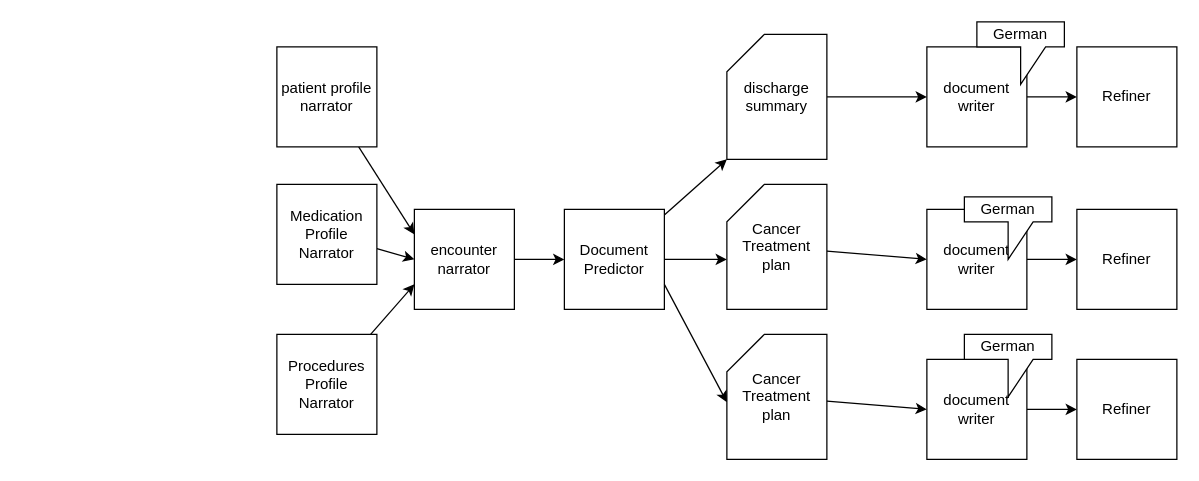
Before: note.drawio in mfux/dspy_tut, a draw.io diagram. Source tidied: cells renumbered, new cells numbered last; positions are measured from the earlier drawing's top-left corner, leaving out a move shared by most shapes. Both pictures are drawn from the tidied source at 125%, with x=0, y=0 at pixel (276, 21).
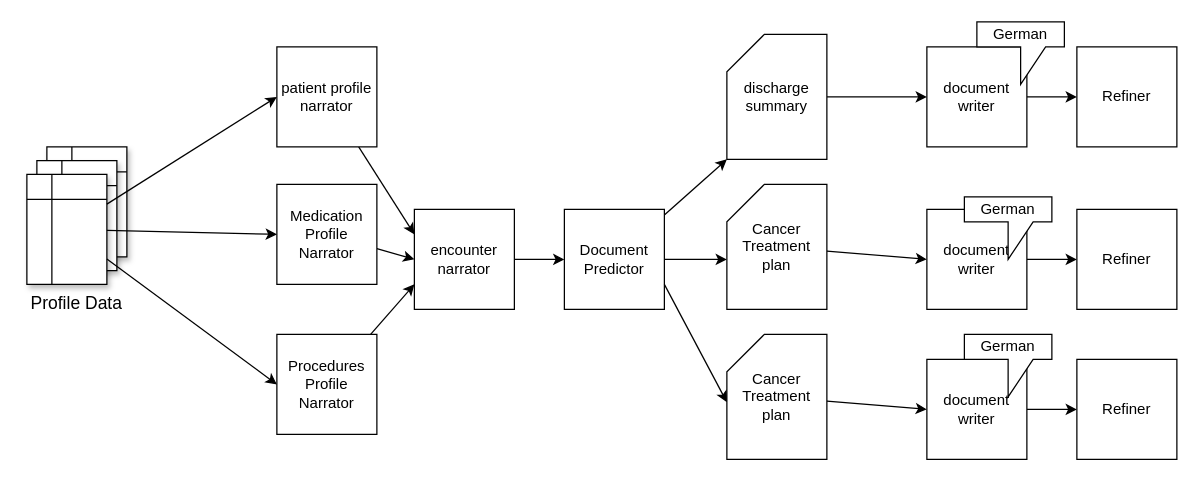
After the change.

The change refers to these unchanged cells:
```xml
<mxCell id="8" value="patient profile narrator" style="whiteSpace=wrap;html=1;" parent="1" vertex="1">
  <mxGeometry y="20" width="80" height="80" as="geometry" />
</mxCell>
<mxCell id="10" value="Medication Profile Narrator" style="whiteSpace=wrap;html=1;" parent="1" vertex="1">
  <mxGeometry y="130" width="80" height="80" as="geometry" />
</mxCell>
<mxCell id="12" value="Procedures Profile Narrator" style="whiteSpace=wrap;html=1;" parent="1" vertex="1">
  <mxGeometry y="250" width="80" height="80" as="geometry" />
</mxCell>
```

What changed in the source:
```diff
@@
+    <mxCell id="32" value="Profile Data" style="group;labelPosition=center;verticalLabelPosition=bottom;align=center;verticalAlign=top;fontSize=14;" parent="1" vertex="1">
+      <mxGeometry x="-200" y="100" width="80" height="110" as="geometry" />
+    </mxCell>
+    <mxCell id="33" style="shape=internalStorage;whiteSpace=wrap;html=1;backgroundOutline=1;glass=0;shadow=1;rounded=0;" parent="32" vertex="1">
+      <mxGeometry x="16" width="64" height="88" as="geometry" />
+    </mxCell>
+    <mxCell id="34" style="shape=internalStorage;whiteSpace=wrap;html=1;backgroundOutline=1;glass=0;shadow=1;rounded=0;" parent="32" vertex="1">
+      <mxGeometry x="8" y="11" width="64" height="88" as="geometry" />
+    </mxCell>
+    <mxCell id="35" style="shape=internalStorage;whiteSpace=wrap;html=1;backgroundOutline=1;glass=0;shadow=1;rounded=0;" parent="32" vertex="1">
+      <mxGeometry y="22" width="64" height="88" as="geometry" />
+    </mxCell>
+    <mxCell id="36" style="edgeStyle=none;html=1;entryX=0;entryY=0.5;entryDx=0;entryDy=0;" parent="1" edge="1" source="35" target="8">
+      <mxGeometry relative="1" as="geometry" />
+    </mxCell>
+    <mxCell id="37" style="edgeStyle=none;html=1;entryX=0;entryY=0.5;entryDx=0;entryDy=0;" parent="1" edge="1" source="35" target="10">
+      <mxGeometry relative="1" as="geometry" />
+    </mxCell>
+    <mxCell id="38" style="edgeStyle=none;html=1;entryX=0;entryY=0.5;entryDx=0;entryDy=0;" parent="1" edge="1" source="35" target="12">
+      <mxGeometry relative="1" as="geometry" />
+    </mxCell>
```
